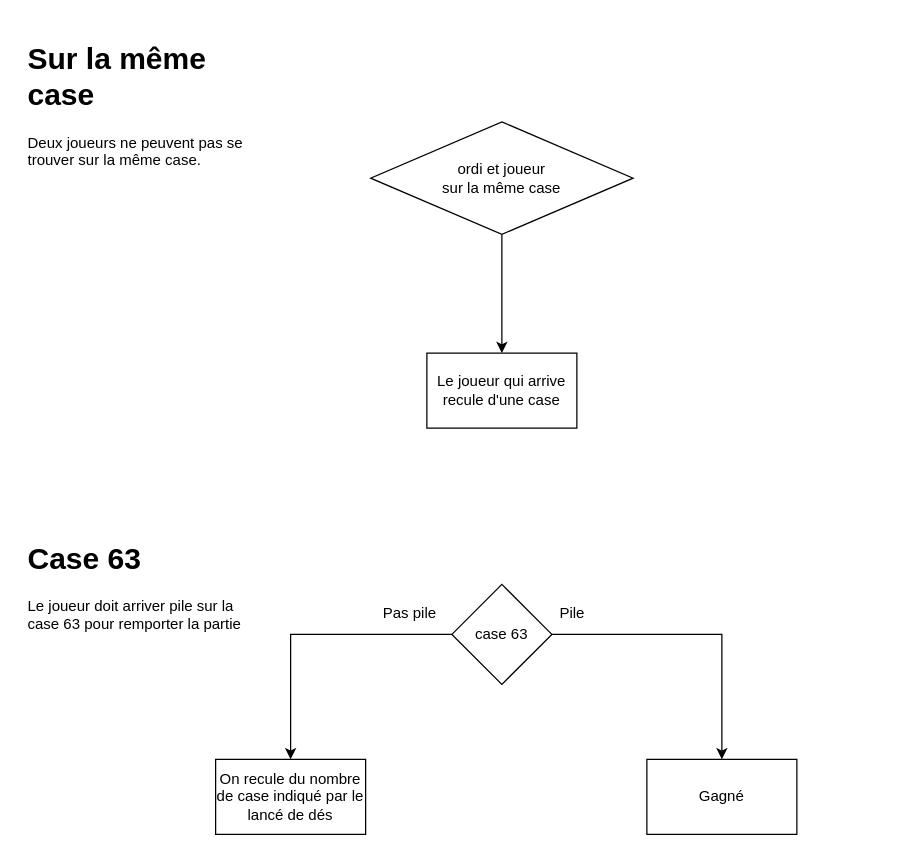
Above: page "Galères" (4 of 6) of KotopouloTheBoardGame.drawio in MartineJA/KotopouloBoardGame (draw.io), before the change. Source tidied: cells renumbered, new cells numbered last; positions are measured from the earlier drawing's top-left corner, leaving out a move shared by most shapes. Both pictures are drawn from the tidied source at 125%, with x=0, y=0 at pixel (21, 34).
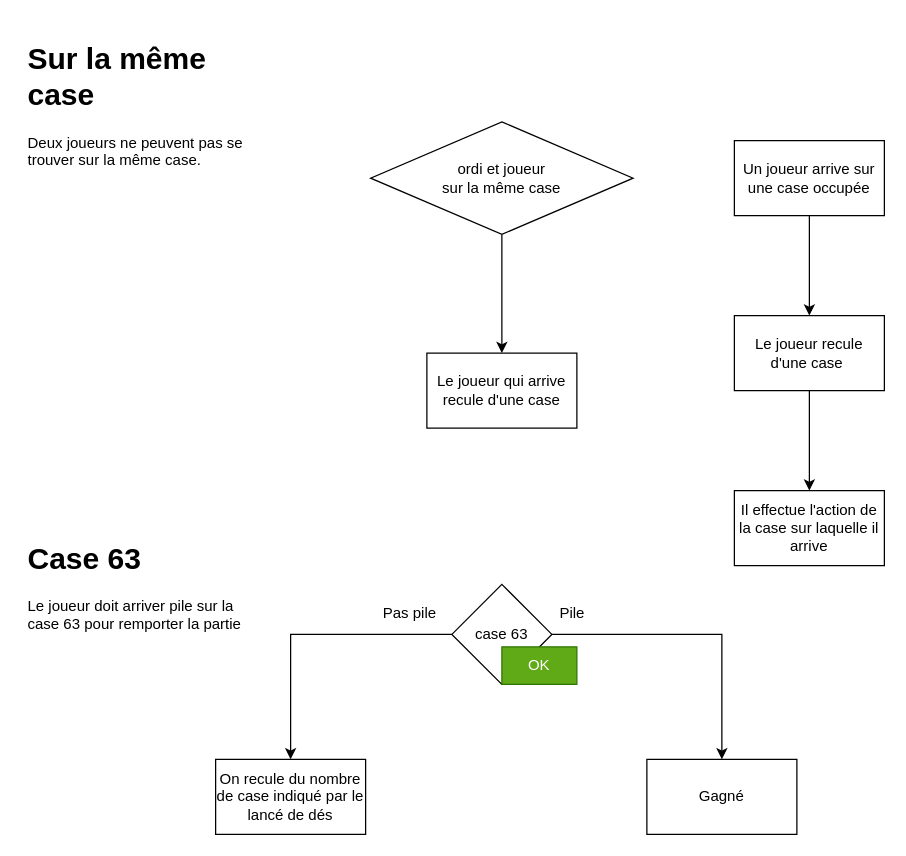
After the change.

The edit, as a diff of the source:
```diff
@@
 <mxGraphModel>
   <root>
     <mxCell id="0" />
     <mxCell id="1" parent="0" />
     <mxCell id="2" value="&lt;h1&gt;Sur la même case&lt;/h1&gt;&lt;p&gt;Deux joueurs ne peuvent pas se trouver sur la même case.&amp;nbsp;&lt;/p&gt;" style="text;html=1;strokeColor=none;fillColor=none;spacing=5;spacingTop=-20;whiteSpace=wrap;overflow=hidden;rounded=0;" parent="1" vertex="1">
       <mxGeometry width="190" height="120" as="geometry" />
     </mxCell>
     <mxCell id="3" style="edgeStyle=orthogonalEdgeStyle;rounded=0;jettySize=auto;html=1;" parent="1" edge="1" source="4" target="5">
       <mxGeometry relative="1" as="geometry" />
     </mxCell>
     <mxCell id="4" value="ordi et joueur &lt;br&gt;sur la même case" style="rhombus;whiteSpace=wrap;html=1;" parent="1" vertex="1">
       <mxGeometry x="279" y="70" width="210" height="90" as="geometry" />
     </mxCell>
     <mxCell id="5" value="Le joueur qui arrive recule d'une case" style="whiteSpace=wrap;html=1;" parent="1" vertex="1">
       <mxGeometry x="324" y="255" width="120" height="60" as="geometry" />
     </mxCell>
     <mxCell id="6" value="&lt;h1&gt;Case 63&lt;/h1&gt;&lt;p&gt;Le joueur doit arriver pile sur la case 63 pour remporter la partie&lt;/p&gt;" style="text;html=1;strokeColor=none;fillColor=none;spacing=5;spacingTop=-20;whiteSpace=wrap;overflow=hidden;rounded=0;" parent="1" vertex="1">
       <mxGeometry y="400" width="190" height="120" as="geometry" />
     </mxCell>
     <mxCell id="7" style="edgeStyle=orthogonalEdgeStyle;rounded=0;jettySize=auto;html=1;" parent="1" edge="1" source="9" target="10">
       <mxGeometry relative="1" as="geometry" />
     </mxCell>
     <mxCell id="8" style="edgeStyle=orthogonalEdgeStyle;rounded=0;jettySize=auto;html=1;" parent="1" edge="1" source="9" target="12">
       <mxGeometry relative="1" as="geometry" />
     </mxCell>
     <mxCell id="9" value="case 63" style="rhombus;whiteSpace=wrap;html=1;" parent="1" vertex="1">
       <mxGeometry x="344" y="440" width="80" height="80" as="geometry" />
     </mxCell>
     <mxCell id="10" value="Gagné" style="whiteSpace=wrap;html=1;" parent="1" vertex="1">
       <mxGeometry x="500" y="580" width="120" height="60" as="geometry" />
     </mxCell>
     <mxCell id="11" value="Pile" style="text;html=1;align=center;verticalAlign=middle;strokeColor=none;fillColor=none;" parent="1" vertex="1">
       <mxGeometry x="420" y="448" width="40" height="30" as="geometry" />
     </mxCell>
     <mxCell id="12" value="On recule du nombre de case indiqué par le lancé de dés" style="whiteSpace=wrap;html=1;" parent="1" vertex="1">
       <mxGeometry x="155" y="580" width="120" height="60" as="geometry" />
     </mxCell>
     <mxCell id="13" value="Pas pile" style="text;html=1;align=center;verticalAlign=middle;strokeColor=none;fillColor=none;" parent="1" vertex="1">
       <mxGeometry x="275" y="448" width="70" height="30" as="geometry" />
     </mxCell>
+    <mxCell id="14" style="edgeStyle=orthogonalEdgeStyle;rounded=0;jettySize=auto;html=1;" parent="1" edge="1" source="15" target="17">
+      <mxGeometry relative="1" as="geometry" />
+    </mxCell>
+    <mxCell id="15" value="Un joueur arrive sur une case occupée" style="rounded=0;whiteSpace=wrap;html=1;" parent="1" vertex="1">
+      <mxGeometry x="570" y="85" width="120" height="60" as="geometry" />
+    </mxCell>
+    <mxCell id="16" style="edgeStyle=orthogonalEdgeStyle;rounded=0;jettySize=auto;html=1;" parent="1" edge="1" source="17" target="18">
+      <mxGeometry relative="1" as="geometry" />
+    </mxCell>
+    <mxCell id="17" value="Le joueur recule d'une case&amp;nbsp;" style="whiteSpace=wrap;html=1;rounded=0;" parent="1" vertex="1">
+      <mxGeometry x="570" y="225" width="120" height="60" as="geometry" />
+    </mxCell>
+    <mxCell id="18" value="Il effectue l'action de la case sur laquelle il arrive&lt;br&gt;" style="whiteSpace=wrap;html=1;rounded=0;" parent="1" vertex="1">
+      <mxGeometry x="570" y="365" width="120" height="60" as="geometry" />
+    </mxCell>
+    <mxCell id="19" value="OK" style="text;html=1;strokeColor=#2D7600;fillColor=#60a917;align=center;verticalAlign=middle;whiteSpace=wrap;rounded=0;fontColor=#ffffff;" parent="1" vertex="1">
+      <mxGeometry x="384" y="490" width="60" height="30" as="geometry" />
+    </mxCell>
   </root>
 </mxGraphModel>
```
